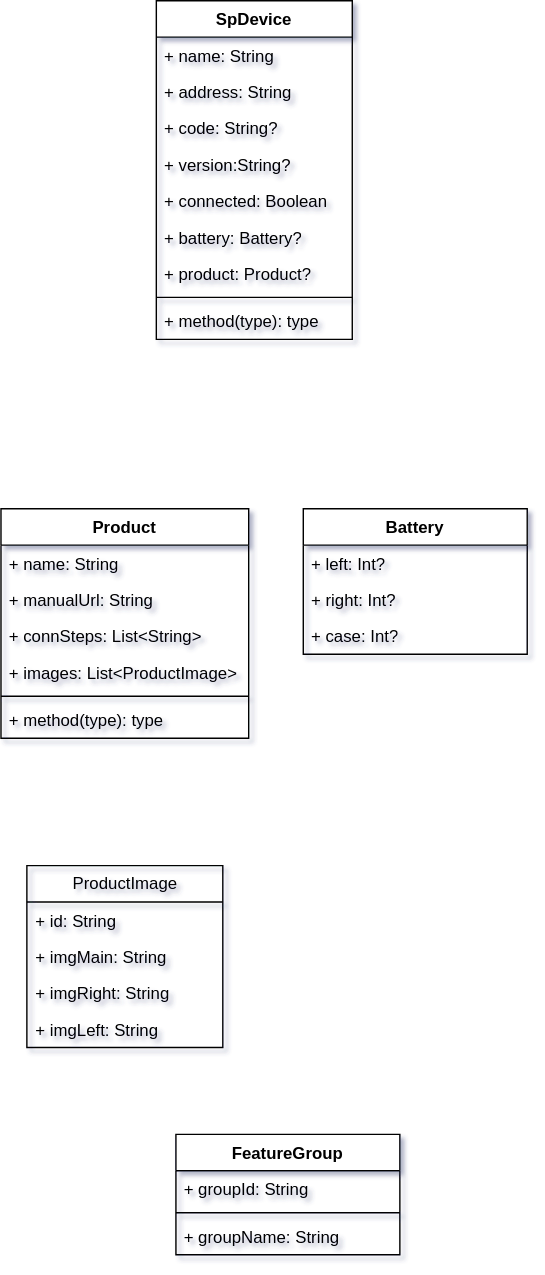
Earlier version of the draw.io export 未命名绘图.drawio.svg (kekemao00/draw-libs). Source tidied: cells renumbered, new cells last; positions are measured from the earlier drawing's top-left corner, leaving out a move shared by most shapes.
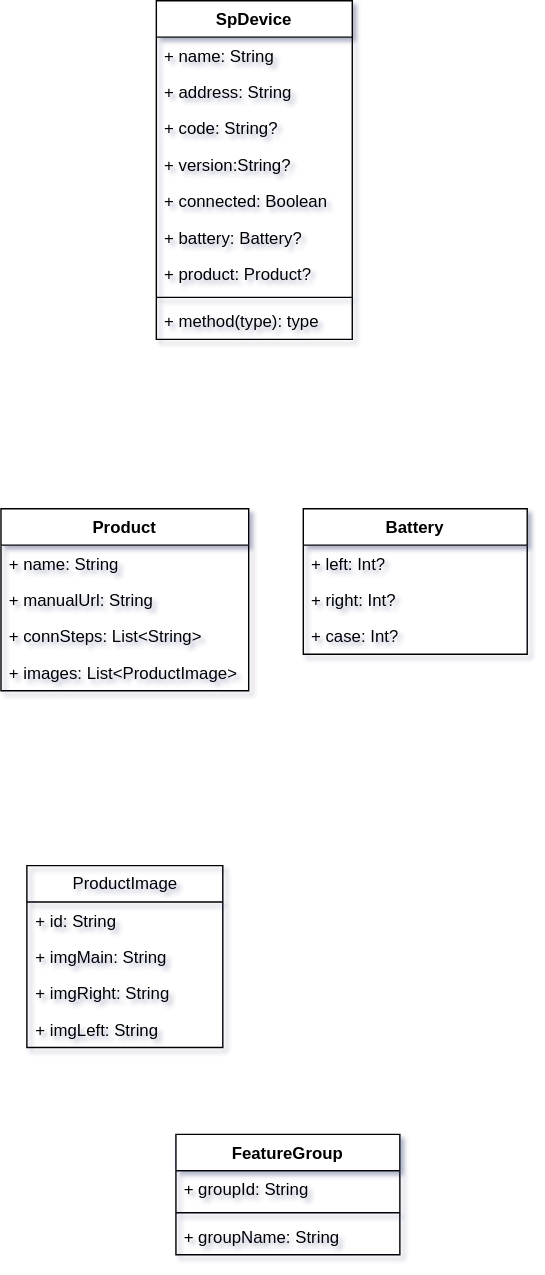
The same file after the commit.

Commit message:
更新未命名绘图.drawio.svg

Change to the diagram source:
```diff
@@ -45,7 +45,7 @@
       <mxGeometry y="78" width="160" height="26" as="geometry" />
     </mxCell>
     <mxCell id="16" value="Product" style="swimlane;fontStyle=1;align=center;verticalAlign=top;horizontal=1;startSize=26;whiteSpace=wrap;html=1;labelBackgroundColor=none;rounded=0;" parent="1" vertex="1">
-      <mxGeometry y="363" width="177" height="164" as="geometry" />
+      <mxGeometry y="363" width="177" height="130" as="geometry" />
     </mxCell>
     <mxCell id="17" value="+ name: String" style="text;strokeColor=none;fillColor=none;align=left;verticalAlign=top;spacingLeft=4;spacingRight=4;overflow=hidden;whiteSpace=wrap;html=1;labelBackgroundColor=none;rounded=0;" parent="16" vertex="1">
       <mxGeometry y="26" width="177" height="26" as="geometry" />
@@ -59,12 +59,6 @@
     <mxCell id="20" value="+ images: List&amp;lt;ProductImage&amp;gt;" style="text;strokeColor=none;fillColor=none;align=left;verticalAlign=top;spacingLeft=4;spacingRight=4;overflow=hidden;whiteSpace=wrap;html=1;" parent="16" vertex="1">
       <mxGeometry y="104" width="177" height="26" as="geometry" />
     </mxCell>
-    <mxCell id="21" style="line;strokeWidth=1;fillColor=none;align=left;verticalAlign=middle;spacingTop=-1;spacingLeft=3;spacingRight=3;labelPosition=right;labelBackgroundColor=none;rounded=0;" parent="16" vertex="1">
-      <mxGeometry y="130" width="177" height="8" as="geometry" />
-    </mxCell>
-    <mxCell id="22" value="+ method(type): type" style="text;strokeColor=none;fillColor=none;align=left;verticalAlign=top;spacingLeft=4;spacingRight=4;overflow=hidden;whiteSpace=wrap;html=1;labelBackgroundColor=none;rounded=0;" parent="16" vertex="1">
-      <mxGeometry y="138" width="177" height="26" as="geometry" />
-    </mxCell>
     <mxCell id="23" value="ProductImage" style="swimlane;fontStyle=0;horizontal=1;startSize=26;fillColor=none;whiteSpace=wrap;html=1;" parent="1" vertex="1">
       <mxGeometry x="18.5" y="618" width="140" height="130" as="geometry" />
     </mxCell>
```
